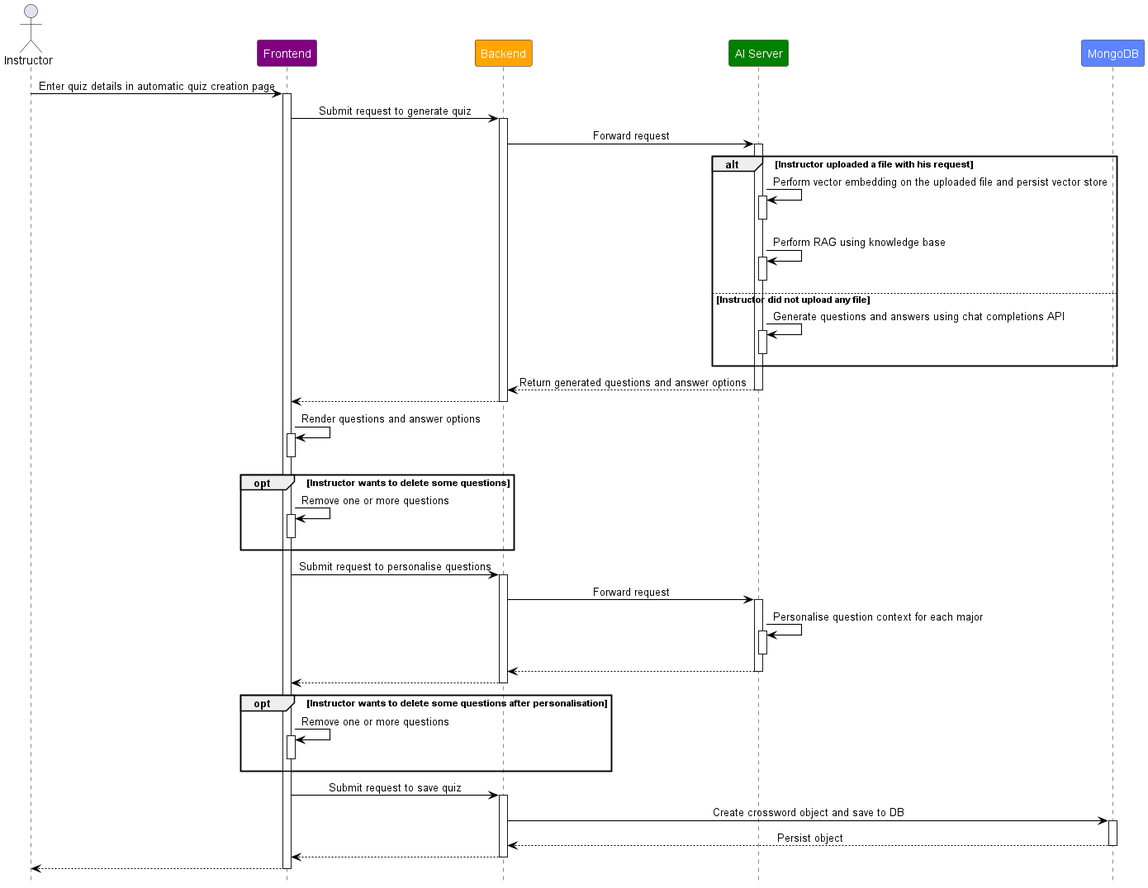
The PlantUML diagram out/fyp/rag-sd/quiz-rag-sequence-diagram.png in nseah21/plantuml-diagrams, before a commit.
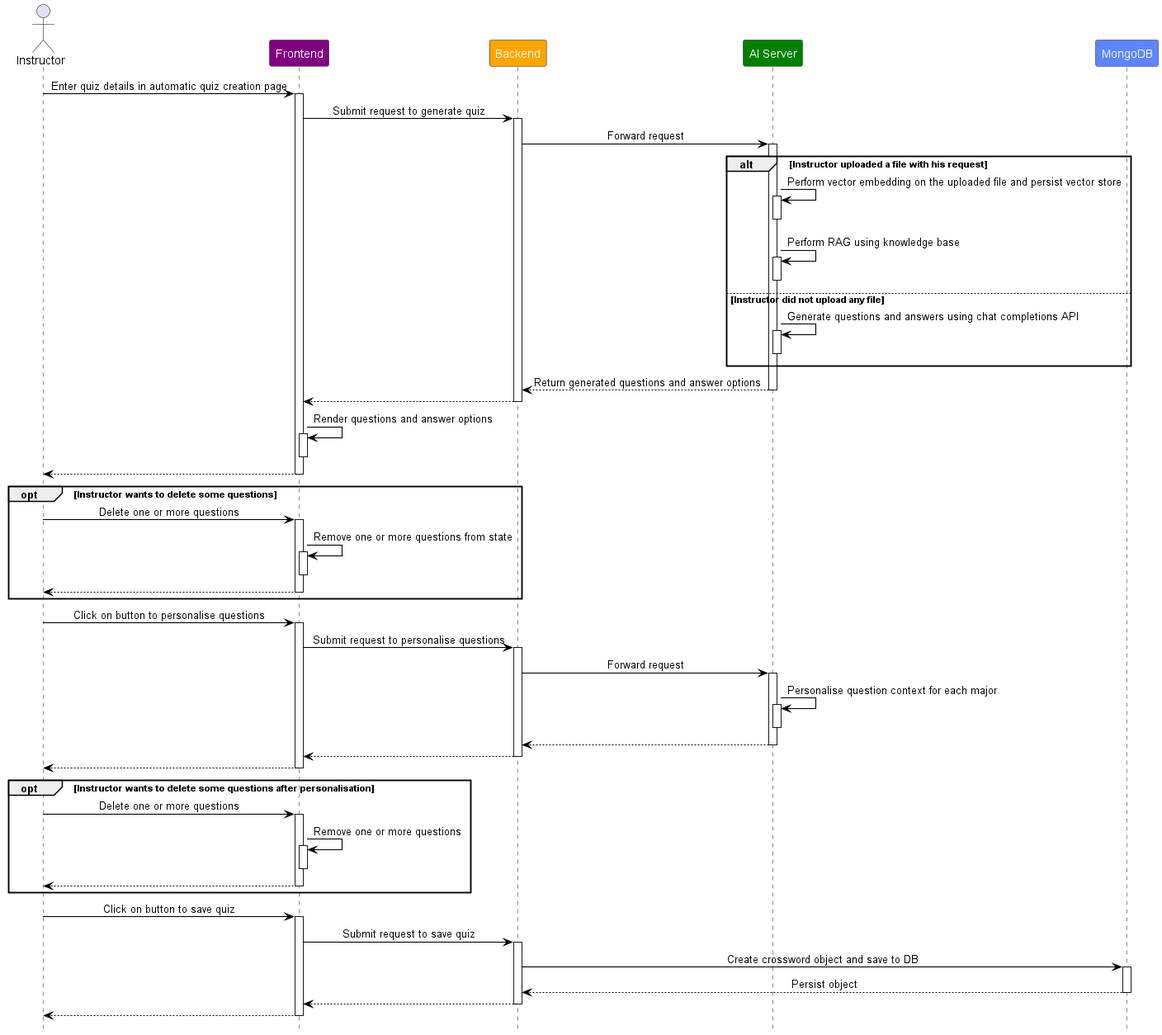
Above is the later version.

Commit message:
Update quiz RAG sequence diagram

What changed in the source:
```diff
@@ -47,13 +47,24 @@
 
 deactivate fe
 
+fe --> ins:
+deactivate fe
+
 opt Instructor wants to delete some questions
+    ins -> fe: Delete one or more questions
+    activate fe
 
-    fe -> fe: Remove one or more questions
+    fe -> fe: Remove one or more questions from state
     activate fe
 
     deactivate fe
+
+    fe --> ins:
+    deactivate fe
 end
+
+ins -> fe: Click on button to personalise questions
+activate fe
 
 fe -> be: Submit request to personalise questions
 activate be
@@ -72,13 +83,24 @@
 be --> fe:
 deactivate be
 
+fe --> ins:
+deactivate fe
+
 opt Instructor wants to delete some questions after personalisation
+    ins -> fe: Delete one or more questions
+    activate fe
 
     fe -> fe: Remove one or more questions
     activate fe
 
     deactivate fe
+
+    fe --> ins:
+    deactivate fe
 end
+
+ins -> fe: Click on button to save quiz
+activate fe
 
 fe -> be: Submit request to save quiz
 activate be
```
